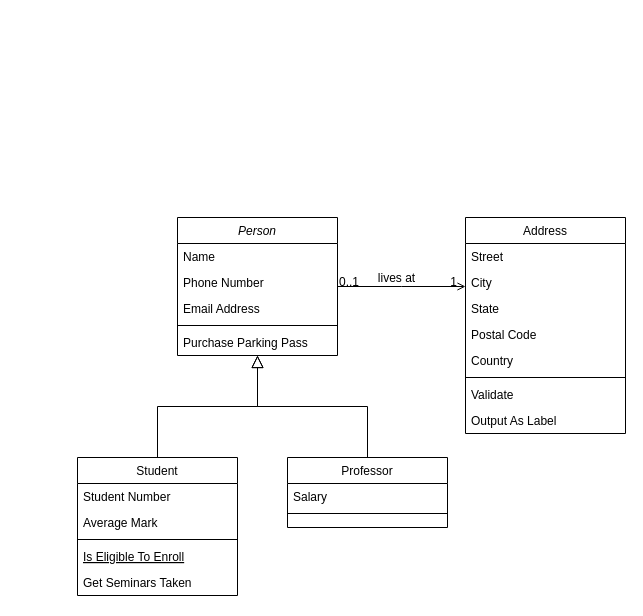
daltonrpruitt/KernelColonel keeps this draw.io diagram as diagrams/kernel colonel class diagram.drawio. Above is the earlier version. Source tidied: cells renumbered, new cells numbered last; positions are measured from the earlier drawing's top-left corner, leaving out a move shared by most shapes. Both pictures are drawn from the tidied source at 100%, with x=0, y=0 at pixel (77, 217).
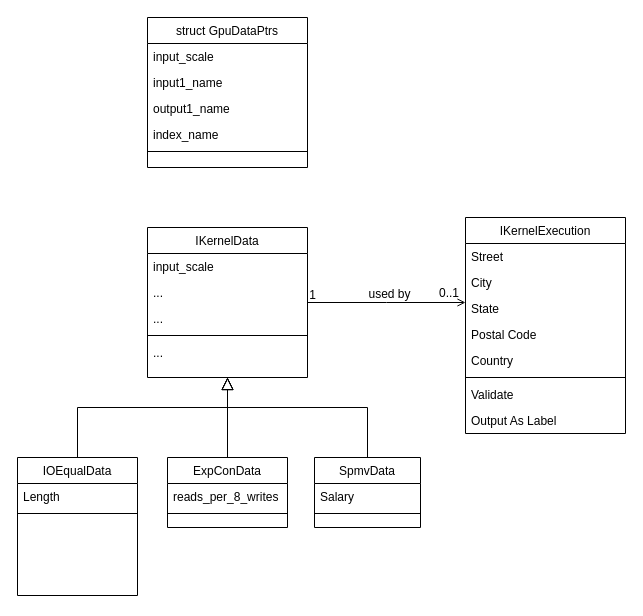
The same page after the edit.

Unchanged cells that the change refers to:
```xml
<mxCell id="28" style="endArrow=open;shadow=0;strokeWidth=1;rounded=0;endFill=1;edgeStyle=elbowEdgeStyle;elbow=vertical;" parent="1" edge="1" source="2" target="19">
  <mxGeometry x="0.5" y="41" relative="1" as="geometry">
    <mxPoint x="-40" y="32" as="offset" />
  </mxGeometry>
</mxCell>
```

What changed in the source:
```diff
@@
-    <mxCell id="2" value="Person" style="swimlane;fontStyle=2;align=center;verticalAlign=top;horizontal=1;startSize=26;rounded=0;shadow=0;strokeWidth=1;" parent="1" vertex="1">
-      <mxGeometry x="100" width="160" height="138" as="geometry" />
+    <mxCell id="2" value="IKernelData" style="swimlane;fontStyle=0;align=center;verticalAlign=top;horizontal=1;startSize=26;rounded=0;shadow=0;strokeWidth=1;" parent="1" vertex="1">
+      <mxGeometry x="70" y="10" width="160" height="150" as="geometry" />
     </mxCell>
-    <mxCell id="3" value="Name" style="text;align=left;verticalAlign=top;spacingLeft=4;spacingRight=4;overflow=hidden;" parent="2" vertex="1">
+    <mxCell id="3" value="input_scale" style="text;align=left;verticalAlign=top;spacingLeft=4;spacingRight=4;overflow=hidden;" parent="2" vertex="1">
       <mxGeometry y="26" width="160" height="26" as="geometry" />
     </mxCell>
-    <mxCell id="4" value="Phone Number" style="text;align=left;verticalAlign=top;spacingLeft=4;spacingRight=4;overflow=hidden;rounded=0;shadow=0;html=0;" parent="2" vertex="1">
+    <mxCell id="4" value="..." style="text;align=left;verticalAlign=top;spacingLeft=4;spacingRight=4;overflow=hidden;rounded=0;shadow=0;html=0;" parent="2" vertex="1">
       <mxGeometry y="52" width="160" height="26" as="geometry" />
     </mxCell>
-    <mxCell id="5" value="Email Address" style="text;align=left;verticalAlign=top;spacingLeft=4;spacingRight=4;overflow=hidden;rounded=0;shadow=0;html=0;" parent="2" vertex="1">
+    <mxCell id="5" value="..." style="text;align=left;verticalAlign=top;spacingLeft=4;spacingRight=4;overflow=hidden;rounded=0;shadow=0;html=0;" parent="2" vertex="1">
       <mxGeometry y="78" width="160" height="26" as="geometry" />
     </mxCell>
@@
-    <mxCell id="7" value="Purchase Parking Pass" style="text;align=left;verticalAlign=top;spacingLeft=4;spacingRight=4;overflow=hidden;" parent="2" vertex="1">
+    <mxCell id="7" value="..." style="text;align=left;verticalAlign=top;spacingLeft=4;spacingRight=4;overflow=hidden;" parent="2" vertex="1">
       <mxGeometry y="112" width="160" height="26" as="geometry" />
     </mxCell>
-    <mxCell id="8" value="Student" style="swimlane;fontStyle=0;align=center;verticalAlign=top;horizontal=1;startSize=26;rounded=0;shadow=0;strokeWidth=1;" parent="1" vertex="1">
-      <mxGeometry y="240" width="160" height="138" as="geometry" />
+    <mxCell id="8" value="IOEqualData" style="swimlane;fontStyle=0;align=center;verticalAlign=top;horizontal=1;startSize=26;rounded=0;shadow=0;strokeWidth=1;" parent="1" vertex="1">
+      <mxGeometry x="-60" y="240" width="120" height="138" as="geometry" />
     </mxCell>
-    <mxCell id="9" value="Student Number" style="text;align=left;verticalAlign=top;spacingLeft=4;spacingRight=4;overflow=hidden;" parent="8" vertex="1">
-      <mxGeometry y="26" width="160" height="26" as="geometry" />
+    <mxCell id="9" value="Length" style="text;align=left;verticalAlign=top;spacingLeft=4;spacingRight=4;overflow=hidden;" parent="8" vertex="1">
+      <mxGeometry y="26" width="120" height="26" as="geometry" />
     </mxCell>
-    <mxCell id="10" value="Average Mark" style="text;align=left;verticalAlign=top;spacingLeft=4;spacingRight=4;overflow=hidden;rounded=0;shadow=0;html=0;" parent="8" vertex="1">
-      <mxGeometry y="52" width="160" height="26" as="geometry" />
-    </mxCell>
     <mxCell id="11" style="line;html=1;strokeWidth=1;align=left;verticalAlign=middle;spacingTop=-1;spacingLeft=3;spacingRight=3;labelPosition=right;" parent="8" vertex="1">
-      <mxGeometry y="78" width="160" height="8" as="geometry" />
+      <mxGeometry y="52" width="120" height="8" as="geometry" />
     </mxCell>
-    <mxCell id="12" value="Is Eligible To Enroll" style="text;align=left;verticalAlign=top;spacingLeft=4;spacingRight=4;overflow=hidden;fontStyle=4;" parent="8" vertex="1">
-      <mxGeometry y="86" width="160" height="26" as="geometry" />
-    </mxCell>
-    <mxCell id="13" value="Get Seminars Taken" style="text;align=left;verticalAlign=top;spacingLeft=4;spacingRight=4;overflow=hidden;" parent="8" vertex="1">
-      <mxGeometry y="112" width="160" height="26" as="geometry" />
-    </mxCell>
-    <mxCell id="14" style="endArrow=block;endSize=10;endFill=0;shadow=0;strokeWidth=1;rounded=0;edgeStyle=elbowEdgeStyle;elbow=vertical;" parent="1" edge="1" source="8" target="2">
-      <mxGeometry relative="1" as="geometry" />
+    <mxCell id="14" style="endArrow=block;endSize=10;endFill=0;shadow=0;strokeWidth=1;rounded=0;edgeStyle=elbowEdgeStyle;elbow=vertical;entryX=0.5;entryY=1;entryDx=0;entryDy=0;" parent="1" edge="1" source="8" target="2">
+      <mxGeometry relative="1" as="geometry">
+        <Array as="points">
+          <mxPoint x="180" y="190" />
+        </Array>
+      </mxGeometry>
     </mxCell>
-    <mxCell id="15" value="Professor" style="swimlane;fontStyle=0;align=center;verticalAlign=top;horizontal=1;startSize=26;rounded=0;shadow=0;strokeWidth=1;" parent="1" vertex="1">
-      <mxGeometry x="210" y="240" width="160" height="70" as="geometry" />
+    <mxCell id="15" value="ExpConData" style="swimlane;fontStyle=0;align=center;verticalAlign=top;horizontal=1;startSize=26;rounded=0;shadow=0;strokeWidth=1;" parent="1" vertex="1">
+      <mxGeometry x="90" y="240" width="120" height="70" as="geometry" />
     </mxCell>
-    <mxCell id="16" value="Salary" style="text;align=left;verticalAlign=top;spacingLeft=4;spacingRight=4;overflow=hidden;" parent="15" vertex="1">
-      <mxGeometry y="26" width="160" height="26" as="geometry" />
+    <mxCell id="16" value="reads_per_8_writes" style="text;align=left;verticalAlign=top;spacingLeft=4;spacingRight=4;overflow=hidden;" parent="15" vertex="1">
+      <mxGeometry y="26" width="120" height="26" as="geometry" />
     </mxCell>
     <mxCell id="17" style="line;html=1;strokeWidth=1;align=left;verticalAlign=middle;spacingTop=-1;spacingLeft=3;spacingRight=3;labelPosition=right;" parent="15" vertex="1">
-      <mxGeometry y="52" width="160" height="8" as="geometry" />
+      <mxGeometry y="52" width="120" height="8" as="geometry" />
     </mxCell>
-    <mxCell id="18" style="endArrow=block;endSize=10;endFill=0;shadow=0;strokeWidth=1;rounded=0;edgeStyle=elbowEdgeStyle;elbow=vertical;" parent="1" edge="1" source="15" target="2">
-      <mxGeometry relative="1" as="geometry" />
+    <mxCell id="18" style="endArrow=block;endSize=10;endFill=0;shadow=0;strokeWidth=1;rounded=0;edgeStyle=elbowEdgeStyle;elbow=vertical;exitX=0.5;exitY=0;exitDx=0;exitDy=0;entryX=0.5;entryY=1;entryDx=0;entryDy=0;" parent="1" edge="1" source="15" target="2">
+      <mxGeometry relative="1" as="geometry">
+        <Array as="points">
+          <mxPoint x="180" y="190" />
+        </Array>
+      </mxGeometry>
     </mxCell>
-    <mxCell id="19" value="Address" style="swimlane;fontStyle=0;align=center;verticalAlign=top;horizontal=1;startSize=26;rounded=0;shadow=0;strokeWidth=1;" parent="1" vertex="1">
+    <mxCell id="19" value="IKernelExecution" style="swimlane;fontStyle=0;align=center;verticalAlign=top;horizontal=1;startSize=26;rounded=0;shadow=0;strokeWidth=1;" parent="1" vertex="1">
       <mxGeometry x="388" width="160" height="216" as="geometry" />
     </mxCell>
@@
-    <mxCell id="29" value="0..1" style="align=left;verticalAlign=bottom;labelBackgroundColor=none;fontSize=12;" parent="28" vertex="1">
-      <mxGeometry x="-1" relative="1" as="geometry">
-        <mxPoint y="4" as="offset" />
-      </mxGeometry>
-    </mxCell>
     <mxCell id="30" value="1" style="align=right;verticalAlign=bottom;labelBackgroundColor=none;fontSize=12;" parent="28" vertex="1">
       <mxGeometry x="1" relative="1" as="geometry">
-        <mxPoint x="-7" y="4" as="offset" />
+        <mxPoint x="-148" y="1" as="offset" />
       </mxGeometry>
     </mxCell>
-    <mxCell id="31" value="lives at" style="text;html=1;align=center;verticalAlign=middle;labelBackgroundColor=none;rounded=0;shadow=0;strokeWidth=1;fontSize=12;" parent="28" vertex="1">
+    <mxCell id="31" value="used by" style="text;html=1;align=center;verticalAlign=middle;labelBackgroundColor=none;rounded=0;shadow=0;strokeWidth=1;fontSize=12;" parent="28" vertex="1">
       <mxGeometry x="0.5" y="49" relative="1" as="geometry">
         <mxPoint x="-38" y="40" as="offset" />
       </mxGeometry>
     </mxCell>
+    <mxCell id="29" value="0..1" style="align=left;verticalAlign=bottom;labelBackgroundColor=none;fontSize=12;" parent="28" vertex="1">
+      <mxGeometry x="-1" relative="1" as="geometry">
+        <mxPoint x="130" y="-1" as="offset" />
+      </mxGeometry>
+    </mxCell>
+    <mxCell id="32" style="edgeStyle=orthogonalEdgeStyle;rounded=0;jettySize=auto;html=1;endArrow=block;endSize=10;endFill=0;shadow=0;strokeWidth=1;entryX=0.5;entryY=1;entryDx=0;entryDy=0;exitX=0.5;exitY=0;exitDx=0;exitDy=0;" parent="1" edge="1" source="33" target="2">
+      <mxGeometry relative="1" as="geometry">
+        <Array as="points">
+          <mxPoint x="290" y="190" />
+          <mxPoint x="150" y="190" />
+        </Array>
+      </mxGeometry>
+    </mxCell>
+    <mxCell id="33" value="SpmvData" style="swimlane;fontStyle=0;align=center;verticalAlign=top;horizontal=1;startSize=26;rounded=0;shadow=0;strokeWidth=1;" parent="1" vertex="1">
+      <mxGeometry x="237" y="240" width="106" height="70" as="geometry" />
+    </mxCell>
+    <mxCell id="34" value="Salary" style="text;align=left;verticalAlign=top;spacingLeft=4;spacingRight=4;overflow=hidden;" parent="33" vertex="1">
+      <mxGeometry y="26" width="106" height="26" as="geometry" />
+    </mxCell>
+    <mxCell id="35" style="line;html=1;strokeWidth=1;align=left;verticalAlign=middle;spacingTop=-1;spacingLeft=3;spacingRight=3;labelPosition=right;" parent="33" vertex="1">
+      <mxGeometry y="52" width="106" height="8" as="geometry" />
+    </mxCell>
+    <mxCell id="36" value="struct GpuDataPtrs" style="swimlane;fontStyle=0;align=center;verticalAlign=top;horizontal=1;startSize=26;rounded=0;shadow=0;strokeWidth=1;" parent="1" vertex="1">
+      <mxGeometry x="70" y="-200" width="160" height="150" as="geometry" />
+    </mxCell>
+    <mxCell id="37" value="input_scale" style="text;align=left;verticalAlign=top;spacingLeft=4;spacingRight=4;overflow=hidden;" parent="36" vertex="1">
+      <mxGeometry y="26" width="160" height="26" as="geometry" />
+    </mxCell>
+    <mxCell id="38" value="input1_name" style="text;align=left;verticalAlign=top;spacingLeft=4;spacingRight=4;overflow=hidden;rounded=0;shadow=0;html=0;" parent="36" vertex="1">
+      <mxGeometry y="52" width="160" height="26" as="geometry" />
+    </mxCell>
+    <mxCell id="39" value="output1_name" style="text;align=left;verticalAlign=top;spacingLeft=4;spacingRight=4;overflow=hidden;rounded=0;shadow=0;html=0;" parent="36" vertex="1">
+      <mxGeometry y="78" width="160" height="26" as="geometry" />
+    </mxCell>
+    <mxCell id="40" value="index_name" style="text;align=left;verticalAlign=top;spacingLeft=4;spacingRight=4;overflow=hidden;rounded=0;shadow=0;html=0;" parent="36" vertex="1">
+      <mxGeometry y="104" width="160" height="26" as="geometry" />
+    </mxCell>
+    <mxCell id="41" style="line;html=1;strokeWidth=1;align=left;verticalAlign=middle;spacingTop=-1;spacingLeft=3;spacingRight=3;labelPosition=right;" parent="36" vertex="1">
+      <mxGeometry y="130" width="160" height="8" as="geometry" />
+    </mxCell>
```
